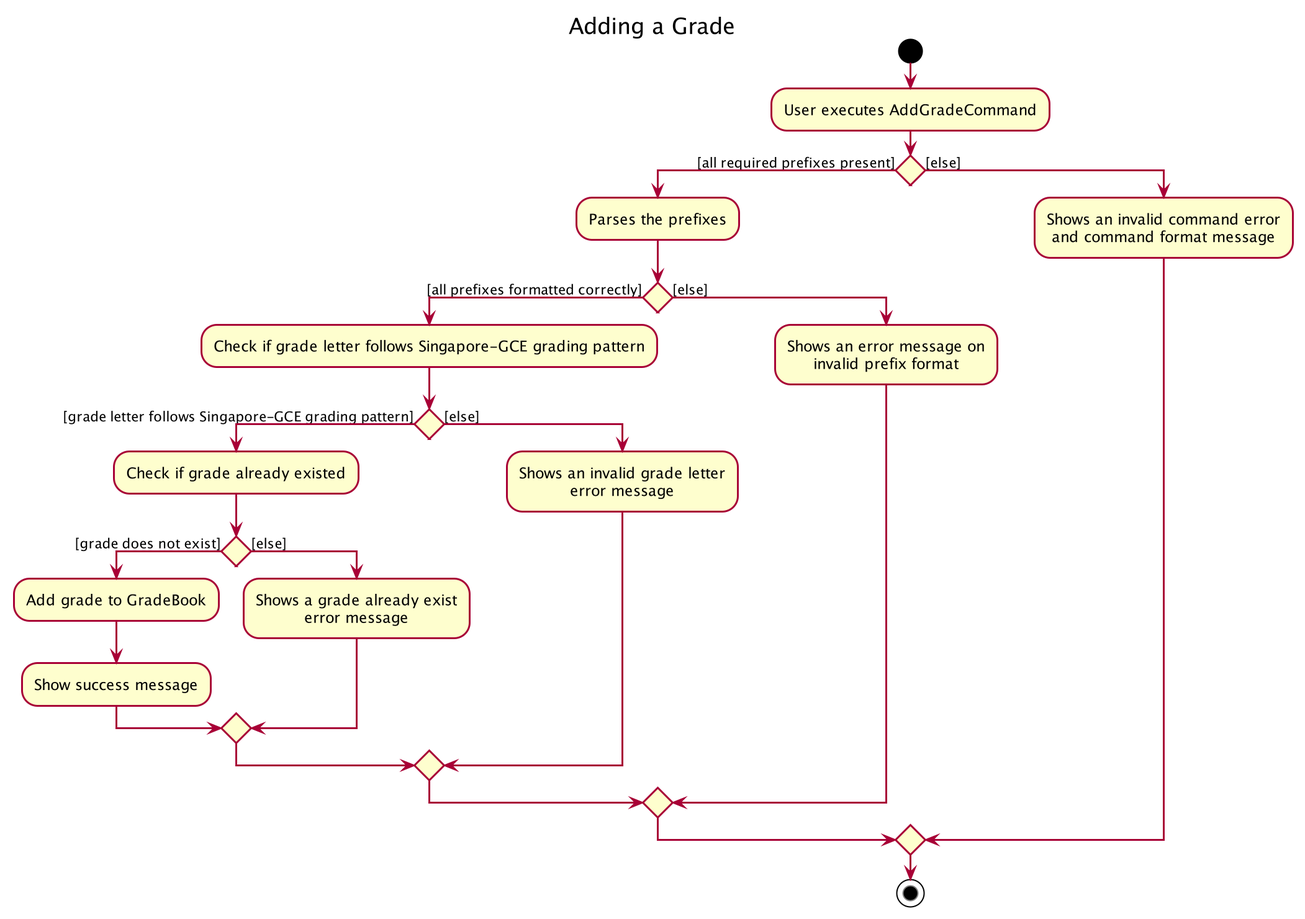
Above: docs/images/grade/GradeActivityDiagram.png in nus-cs2103-AY2021S2/tp (PlantUML), before the change. Its diagram source:
```plantuml
@startuml
!include ../style.puml
title Adding a Grade

start
:User executes AddGradeCommand;

if () then ([all required prefixes present])
      :Parses the prefixes;

      if () then ([all prefixes formatted correctly])
      :Check if grade letter follows Singapore-GCE grading pattern;

          if () then ([grade letter follows Singapore-GCE grading pattern])
          :Check if grade already existed;

              if () then ([grade does not exist])
              :Add grade to GradeBook;
              :Show success message;

              else ([else])

              :Shows a grade already exist
              error message;

              endif

          else ([else])
          :Shows an invalid grade letter
          error message;

      endif

      else ([else])

      :Shows an error message on
      invalid prefix format;

      endif

else ([else])
    :Shows an invalid command error
    and command format message;

endif

stop

@enduml
```
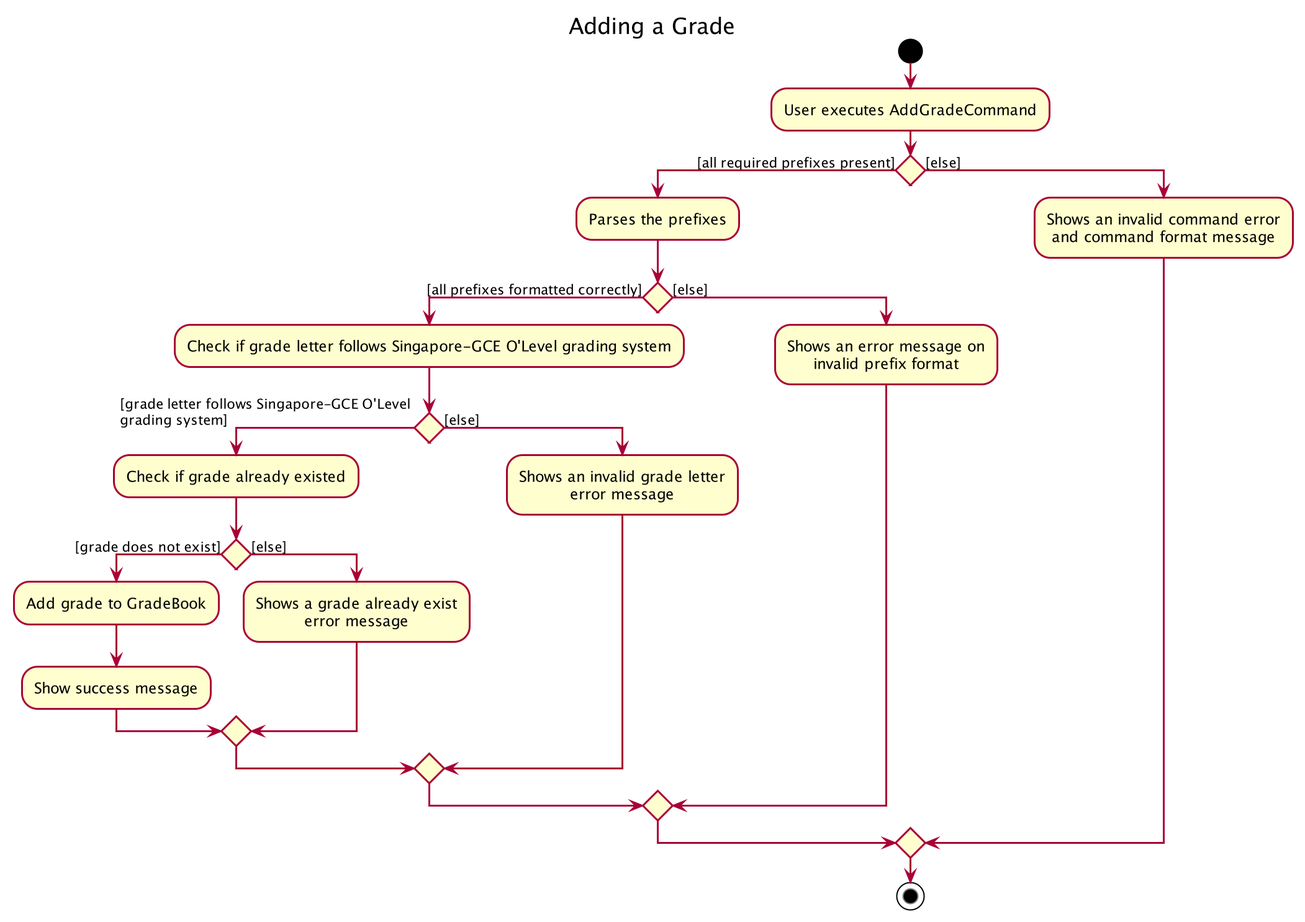
The same file after the commit.

Commit message:
Update Glossary and GradeActivityDiagram

Diff of the diagram source:
```diff
@@ -9,9 +9,9 @@
       :Parses the prefixes;
 
       if () then ([all prefixes formatted correctly])
-      :Check if grade letter follows Singapore-GCE grading pattern;
+      :Check if grade letter follows Singapore-GCE O'Level grading system;
 
-          if () then ([grade letter follows Singapore-GCE grading pattern])
+          if () then ([grade letter follows Singapore-GCE O'Level \ngrading system])
           :Check if grade already existed;
 
               if () then ([grade does not exist])
```
